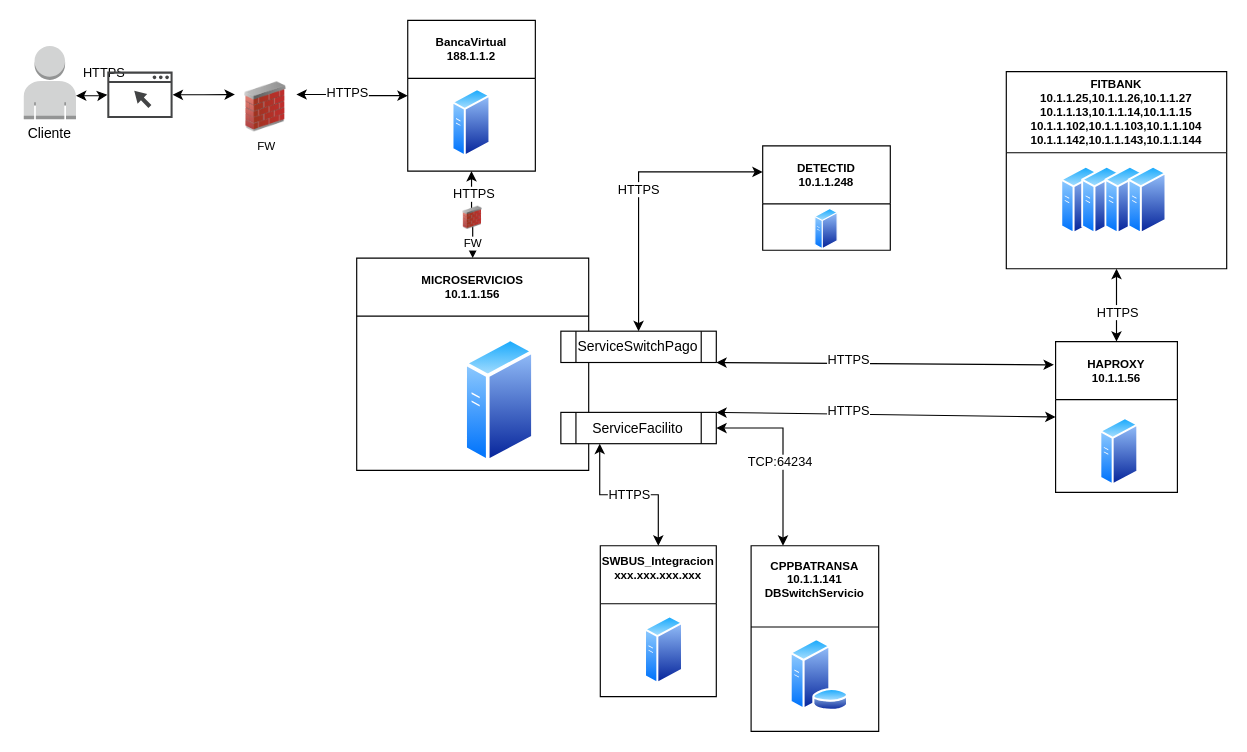
Before: ServicesPayment.drawio in davidguillermofg/Diagrams, a draw.io diagram. Source tidied: cells renumbered, new cells numbered last; positions are measured from the earlier drawing's top-left corner, leaving out a move shared by most shapes. Both pictures are drawn from the tidied source at 116%, with x=0, y=0 at pixel (20, 20).
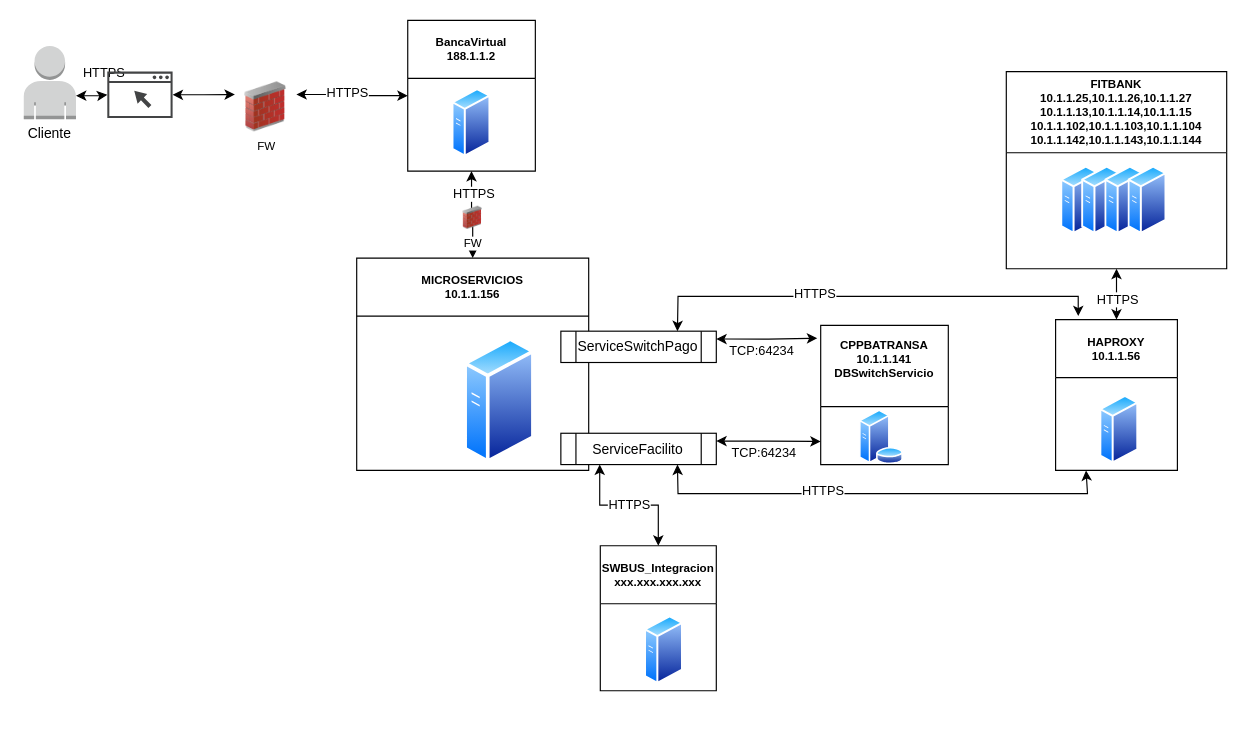
The same diagram, later.

The change refers to these unchanged cells:
```xml
<mxCell id="25" value="ServiceSwitchPago" style="shape=process;whiteSpace=wrap;html=1;backgroundOutline=1;" parent="1" vertex="1">
  <mxGeometry x="466" y="268" width="134" height="27" as="geometry" />
</mxCell>
```

Diff of the diagram source:
```diff
@@
-    <mxCell id="18" value="HTTPS" style="edgeStyle=orthogonalEdgeStyle;rounded=0;jettySize=auto;html=1;startArrow=classic;startFill=1;entryX=0.5;entryY=0;entryDx=0;entryDy=0;exitX=0;exitY=0.25;exitDx=0;exitDy=0;" parent="1" edge="1" source="19" target="25">
-      <mxGeometry relative="1" as="geometry" />
-    </mxCell>
-    <mxCell id="19" value="DETECTID&#10;10.1.1.248" style="swimlane;startSize=50;fontSize=10;" parent="1" vertex="1">
-      <mxGeometry x="640" y="108.2" width="110" height="90" as="geometry" />
-    </mxCell>
-    <mxCell id="20" style="perimeter=ellipsePerimeter;html=1;align=center;shadow=0;dashed=0;spacingTop=3;image;image=img/lib/active_directory/generic_server.svg;fontSize=10;" parent="19" vertex="1">
-      <mxGeometry x="44.9" y="53.8" width="20.3" height="36.2" as="geometry" />
-    </mxCell>
-    <mxCell id="21" value="SWBUS_Integracion&#10;xxx.xxx.xxx.xxx&#10;" style="swimlane;startSize=50;fontSize=10;" parent="1" vertex="1">
-      <mxGeometry x="500" y="453" width="100" height="130" as="geometry" />
+    <mxCell id="21" value="&#10;SWBUS_Integracion&#10;xxx.xxx.xxx.xxx&#10;" style="swimlane;startSize=50;fontSize=10;" parent="1" vertex="1">
+      <mxGeometry x="500" y="453" width="100" height="125" as="geometry" />
     </mxCell>
@@
     <mxCell id="24" value="ServiceFacilito" style="shape=process;whiteSpace=wrap;html=1;backgroundOutline=1;" parent="1" vertex="1">
-      <mxGeometry x="466" y="338" width="134" height="27" as="geometry" />
+      <mxGeometry x="466" y="356" width="134" height="27" as="geometry" />
     </mxCell>
@@
     <mxCell id="34" value="HAPROXY&#10;10.1.1.56" style="swimlane;startSize=50;fontSize=10;" parent="1" vertex="1">
-      <mxGeometry x="892.5" y="277" width="105" height="130" as="geometry" />
+      <mxGeometry x="892.5" y="258" width="105" height="130" as="geometry" />
     </mxCell>
@@
-    <mxCell id="36" style="edgeStyle=orthogonalEdgeStyle;rounded=0;jettySize=auto;html=1;exitX=1;exitY=0.5;exitDx=0;exitDy=0;entryX=0.25;entryY=0;entryDx=0;entryDy=0;startArrow=classic;startFill=1;" parent="1" edge="1" source="24" target="38">
+    <mxCell id="36" style="edgeStyle=orthogonalEdgeStyle;rounded=0;jettySize=auto;html=1;exitX=1;exitY=0.25;exitDx=0;exitDy=0;entryX=-0.027;entryY=0.092;entryDx=0;entryDy=0;startArrow=classic;startFill=1;entryPerimeter=0;" parent="1" edge="1" source="25" target="38">
       <mxGeometry relative="1" as="geometry" />
     </mxCell>
@@
     <mxCell id="38" value="CPPBATRANSA&#10;10.1.1.141&#10;DBSwitchServicio&#10;" style="swimlane;startSize=70;fontSize=10;" parent="1" vertex="1">
-      <mxGeometry x="630" y="453" width="110" height="160" as="geometry" />
+      <mxGeometry x="690" y="263" width="110" height="120" as="geometry" />
     </mxCell>
     <mxCell id="39" style="perimeter=ellipsePerimeter;html=1;align=center;shadow=0;dashed=0;spacingTop=3;image;image=img/lib/active_directory/database_server.svg;" parent="38" vertex="1">
-      <mxGeometry x="33.2" y="80" width="51.4" height="62.7" as="geometry" />
+      <mxGeometry x="33.2" y="73" width="38.5" height="47" as="geometry" />
     </mxCell>
-    <mxCell id="40" style="rounded=0;jettySize=auto;html=1;startArrow=classic;startFill=1;exitX=1;exitY=0;exitDx=0;exitDy=0;entryX=0;entryY=0.5;entryDx=0;entryDy=0;" parent="1" edge="1" source="24" target="34">
-      <mxGeometry relative="1" as="geometry" />
+    <mxCell id="40" style="rounded=0;jettySize=auto;html=1;startArrow=classic;startFill=1;exitX=0.75;exitY=1;exitDx=0;exitDy=0;entryX=0.25;entryY=1;entryDx=0;entryDy=0;" parent="1" edge="1" source="24" target="34">
+      <mxGeometry relative="1" as="geometry">
+        <Array as="points">
+          <mxPoint x="567" y="408" />
+          <mxPoint x="920" y="408" />
+        </Array>
+      </mxGeometry>
     </mxCell>
@@
-    <mxCell id="42" style="rounded=0;jettySize=auto;html=1;startArrow=classic;startFill=1;exitX=1;exitY=1;exitDx=0;exitDy=0;entryX=-0.014;entryY=0.154;entryDx=0;entryDy=0;entryPerimeter=0;" parent="1" edge="1" source="25" target="34">
-      <mxGeometry relative="1" as="geometry" />
+    <mxCell id="42" style="rounded=0;jettySize=auto;html=1;startArrow=classic;startFill=1;exitX=0.75;exitY=0;exitDx=0;exitDy=0;entryX=0.186;entryY=-0.023;entryDx=0;entryDy=0;entryPerimeter=0;" parent="1" edge="1" source="25" target="34">
+      <mxGeometry relative="1" as="geometry">
+        <Array as="points">
+          <mxPoint x="567" y="238" />
+          <mxPoint x="912" y="238" />
+        </Array>
+      </mxGeometry>
     </mxCell>
@@
+    <mxCell id="44" style="edgeStyle=orthogonalEdgeStyle;rounded=0;jettySize=auto;html=1;exitX=1;exitY=0.25;exitDx=0;exitDy=0;startArrow=classic;startFill=1;" parent="1" edge="1" source="24">
+      <mxGeometry relative="1" as="geometry">
+        <mxPoint x="690" y="363" as="targetPoint" />
+      </mxGeometry>
+    </mxCell>
+    <mxCell id="45" value="TCP:64234" style="edgeLabel;html=1;align=center;verticalAlign=middle;" parent="44" vertex="1">
+      <mxGeometry x="-0.04" relative="1" as="geometry">
+        <mxPoint x="-3" y="10" as="offset" />
+      </mxGeometry>
+    </mxCell>
```
